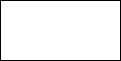
The draw.io diagram project_structure.png in mfzhang/ai_water_quality_yizhuang, before a commit. Source tidied: cells renumbered, new cells last; positions are measured from the earlier drawing's top-left corner, leaving out a move shared by most shapes.
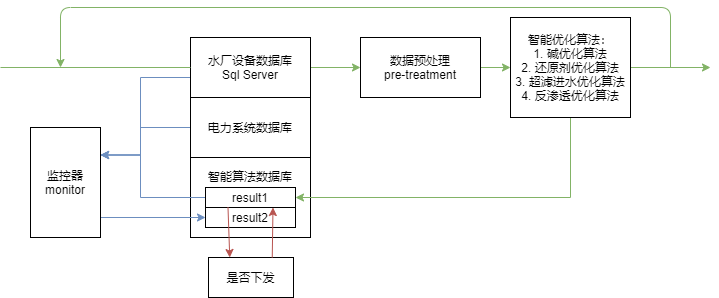
Later version of the same file.

Diff of the diagram source:
```diff
@@ -2,8 +2,104 @@
   <root>
     <mxCell id="0" />
     <mxCell id="1" parent="0" />
-    <mxCell id="2" style="rounded=0;whiteSpace=wrap;html=1;" parent="1" vertex="1">
-      <mxGeometry width="120" height="60" as="geometry" />
+    <mxCell id="2" value="智能算法数据库&lt;br&gt;&amp;nbsp;&lt;br&gt;&amp;nbsp;&lt;br&gt;&lt;br&gt;" style="rounded=0;whiteSpace=wrap;html=1;" parent="1" vertex="1">
+      <mxGeometry width="120" height="80" as="geometry" />
     </mxCell>
+    <mxCell id="3" style="edgeStyle=orthogonalEdgeStyle;rounded=0;jettySize=auto;html=1;exitX=1;exitY=0.5;exitDx=0;exitDy=0;entryX=0;entryY=0.5;entryDx=0;entryDy=0;fillColor=#d5e8d4;strokeColor=#82b366;" parent="1" edge="1" source="5" target="9">
+      <mxGeometry relative="1" as="geometry" />
+    </mxCell>
+    <mxCell id="4" style="edgeStyle=orthogonalEdgeStyle;rounded=0;jettySize=auto;html=1;exitX=0;exitY=0.75;exitDx=0;exitDy=0;entryX=1;entryY=0.25;entryDx=0;entryDy=0;fillColor=#dae8fc;strokeColor=#6c8ebf;" parent="1" edge="1" source="5" target="11">
+      <mxGeometry relative="1" as="geometry">
+        <Array as="points">
+          <mxPoint y="-80" />
+          <mxPoint x="-50" y="-80" />
+          <mxPoint x="-50" y="-2" />
+        </Array>
+      </mxGeometry>
+    </mxCell>
+    <mxCell id="5" value="水厂设备数据库&lt;br&gt;Sql Server" style="rounded=0;whiteSpace=wrap;html=1;" parent="1" vertex="1">
+      <mxGeometry y="-120" width="120" height="60" as="geometry" />
+    </mxCell>
+    <mxCell id="6" style="edgeStyle=orthogonalEdgeStyle;rounded=0;jettySize=auto;html=1;entryX=1;entryY=0.25;entryDx=0;entryDy=0;fillColor=#dae8fc;strokeColor=#6c8ebf;" parent="1" edge="1" source="7" target="11">
+      <mxGeometry relative="1" as="geometry">
+        <Array as="points">
+          <mxPoint x="-50" y="-30" />
+          <mxPoint x="-50" y="-2" />
+        </Array>
+      </mxGeometry>
+    </mxCell>
+    <mxCell id="7" value="电力系统数据库" style="rounded=0;whiteSpace=wrap;html=1;" parent="1" vertex="1">
+      <mxGeometry y="-60" width="120" height="60" as="geometry" />
+    </mxCell>
+    <mxCell id="8" style="edgeStyle=orthogonalEdgeStyle;rounded=0;jettySize=auto;html=1;exitX=1;exitY=0.5;exitDx=0;exitDy=0;entryX=0;entryY=0.5;entryDx=0;entryDy=0;fillColor=#d5e8d4;strokeColor=#82b366;" parent="1" edge="1" source="9" target="17">
+      <mxGeometry relative="1" as="geometry" />
+    </mxCell>
+    <mxCell id="9" value="数据预处理&lt;br&gt;pre-treatment" style="rounded=0;whiteSpace=wrap;html=1;" parent="1" vertex="1">
+      <mxGeometry x="170" y="-120" width="120" height="60" as="geometry" />
+    </mxCell>
+    <mxCell id="10" style="edgeStyle=orthogonalEdgeStyle;rounded=0;jettySize=auto;html=1;exitX=1;exitY=0.75;exitDx=0;exitDy=0;entryX=0;entryY=0.5;entryDx=0;entryDy=0;fillColor=#dae8fc;strokeColor=#6c8ebf;" parent="1" edge="1" source="11" target="14">
+      <mxGeometry relative="1" as="geometry">
+        <Array as="points">
+          <mxPoint x="-90" y="60" />
+        </Array>
+      </mxGeometry>
+    </mxCell>
+    <mxCell id="11" value="监控器&lt;br&gt;monitor" style="rounded=0;whiteSpace=wrap;html=1;" parent="1" vertex="1">
+      <mxGeometry x="-160" y="-30" width="70" height="110" as="geometry" />
+    </mxCell>
+    <mxCell id="12" style="edgeStyle=orthogonalEdgeStyle;rounded=0;jettySize=auto;html=1;exitX=0;exitY=0.5;exitDx=0;exitDy=0;entryX=1;entryY=0.25;entryDx=0;entryDy=0;fillColor=#dae8fc;strokeColor=#6c8ebf;" parent="1" edge="1" source="13" target="11">
+      <mxGeometry relative="1" as="geometry">
+        <Array as="points">
+          <mxPoint x="-50" y="40" />
+          <mxPoint x="-50" y="-2" />
+        </Array>
+      </mxGeometry>
+    </mxCell>
+    <mxCell id="13" value="result1" style="rounded=0;whiteSpace=wrap;html=1;" parent="1" vertex="1">
+      <mxGeometry x="15" y="30" width="90" height="20" as="geometry" />
+    </mxCell>
+    <mxCell id="14" value="result2" style="rounded=0;whiteSpace=wrap;html=1;" parent="1" vertex="1">
+      <mxGeometry x="15" y="50" width="90" height="20" as="geometry" />
+    </mxCell>
+    <mxCell id="15" style="edgeStyle=orthogonalEdgeStyle;rounded=0;jettySize=auto;html=1;exitX=0.5;exitY=1;exitDx=0;exitDy=0;entryX=1;entryY=0.5;entryDx=0;entryDy=0;fillColor=#d5e8d4;strokeColor=#82b366;" parent="1" edge="1" source="17" target="13">
+      <mxGeometry relative="1" as="geometry">
+        <Array as="points">
+          <mxPoint x="380" y="40" />
+        </Array>
+      </mxGeometry>
+    </mxCell>
+    <mxCell id="16" style="edgeStyle=orthogonalEdgeStyle;rounded=0;jettySize=auto;html=1;exitX=1;exitY=0.5;exitDx=0;exitDy=0;fillColor=#d5e8d4;strokeColor=#82b366;" parent="1" edge="1" source="17">
+      <mxGeometry relative="1" as="geometry">
+        <mxPoint x="520" y="-90" as="targetPoint" />
+      </mxGeometry>
+    </mxCell>
+    <mxCell id="17" value="智能优化算法：&lt;br&gt;1. 碱优化算法&lt;br&gt;2. 还原剂优化算法&lt;br&gt;3. 超滤进水优化算法&lt;br&gt;4. 反渗透优化算法" style="rounded=0;whiteSpace=wrap;html=1;" parent="1" vertex="1">
+      <mxGeometry x="320" y="-140" width="120" height="100" as="geometry" />
+    </mxCell>
+    <mxCell id="18" style="endArrow=none;html=1;fillColor=#d5e8d4;strokeColor=#82b366;" parent="1" edge="1">
+      <mxGeometry relative="1" as="geometry">
+        <mxPoint x="-190" y="-90" as="sourcePoint" />
+        <mxPoint y="-90" as="targetPoint" />
+      </mxGeometry>
+    </mxCell>
+    <mxCell id="19" style="endArrow=classic;html=1;fillColor=#d5e8d4;strokeColor=#82b366;" parent="1" edge="1">
+      <mxGeometry relative="1" as="geometry">
+        <mxPoint x="480" y="-90" as="sourcePoint" />
+        <mxPoint x="-130" y="-90" as="targetPoint" />
+        <Array as="points">
+          <mxPoint x="480" y="-150" />
+          <mxPoint x="-130" y="-150" />
+        </Array>
+      </mxGeometry>
+    </mxCell>
+    <mxCell id="20" value="是否下发" style="rounded=0;whiteSpace=wrap;html=1;" parent="1" vertex="1">
+      <mxGeometry x="18" y="100" width="85" height="40" as="geometry" />
+    </mxCell>
+    <mxCell id="21" style="endArrow=classic;html=1;fillColor=#f8cecc;exitX=0.25;exitY=1;exitDx=0;exitDy=0;entryX=0.25;entryY=0;entryDx=0;entryDy=0;strokeColor=#b85450;" parent="1" edge="1" source="13" target="20">
+      <mxGeometry relative="1" as="geometry" />
+    </mxCell>
+    <mxCell id="22" style="endArrow=classic;html=1;fillColor=#f8cecc;exitX=0.75;exitY=0;exitDx=0;exitDy=0;entryX=0.75;entryY=0;entryDx=0;entryDy=0;strokeColor=#b85450;" parent="1" edge="1" source="20" target="14">
+      <mxGeometry relative="1" as="geometry" />
+    </mxCell>
   </root>
 </mxGraphModel>
```
